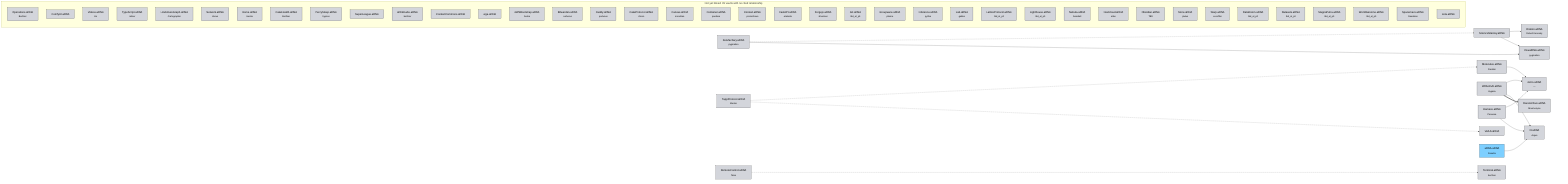
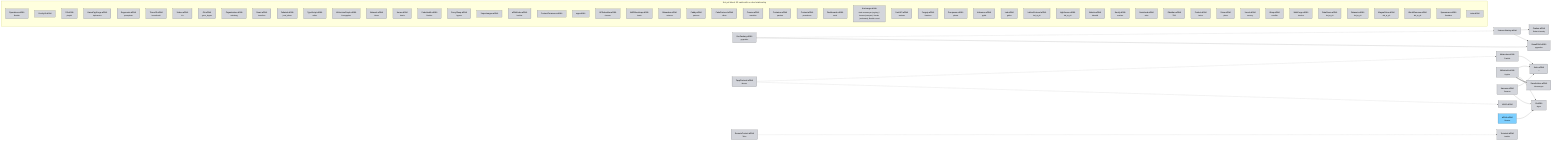
flowchart LR
  Astro_aDNA["Astro.aDNA<br><sub>—</sub>"]:::classforge
  Molecules_aDNA["Molecules.aDNA<br><sub>Franklin</sub>"]:::classforge
  Oration_aDNA["Oration.aDNA<br><sub>Robert Kennedy</sub>"]:::classforge
  III_aDNA["III.aDNA<br><sub>Argus</sub>"]:::classframework
  visualdna["VisualDNA.aDNA<br><sub>pygmalion</sub>"]:::classframework
  VAAS_aDNA["VAAS.aDNA"]:::classframeworkcandidate
  RareArchive_aDNA["RareArchive.aDNA<br><sub>Mnemosyne</sub>"]:::classorgvault
  sciencestanley["ScienceStanley.aDNA"]:::classorgvault
  WilhelmAI_aDNA["WilhelmAI.aDNA<br><sub>Hygieia</sub>"]:::classorgvault
  zenzachary["ZenZachary.aDNA<br><sub>pygmalion</sub>"]:::classorgvault
  Harness_aDNA["Harness.aDNA<br><sub>Panacea</sub>"]:::classplatform
  RemoteControl_aDNA["RemoteControl.aDNA<br><sub>Talos</sub>"]:::classplatform
  TappProtocol_aDNA["TappProtocol.aDNA<br><sub>Mentor</sub>"]:::classplatform
  terminal["Terminal.aDNA<br><sub>berthier</sub>"]:::classplatform
  aDNA_aDNA["aDNA.aDNA<br><sub>Rosetta</sub>"]:::classstandarddev

-   subgraph orphans["Not yet linked: 39 vaults with no cited relationship"]
+   subgraph orphans["Not yet linked: 53 vaults with no cited relationship"]
    direction TB
    Operations_aDNA["Operations.aDNA<br><sub>Berthier</sub>"]:::classcoordination
    ComfyUI_aDNA["ComfyUI.aDNA"]:::classforge
+     d3["D3.aDNA<br><sub>playfair</sub>"]:::classforge
+     llamacppforge["LlamaCppForge.aDNA<br><sub>hephaestus</sub>"]:::classforge
+     regenesis["Regenesis.aDNA<br><sub>persephone</sub>"]:::classforge
+     threejs["ThreeJS.aDNA<br><sub>brunelleschi</sub>"]:::classforge
    Videos_aDNA["Videos.aDNA<br><sub>Iris</sub>"]:::classforge
+     git["Git.aDNA<br><sub>grace_hopper</sub>"]:::classframework
+     organization["Organization.aDNA<br><sub>mintzberg</sub>"]:::classframework
+     react["React.aDNA<br><sub>heraclitus</sub>"]:::classframework
+     tailwind["Tailwind.aDNA<br><sub>josef_albers</sub>"]:::classframework
    typescript["TypeScript.aDNA<br><sub>milner</sub>"]:::classframework
    LAVentureGraph_aDNA["LAVentureGraph.aDNA<br><sub>Cartographer</sub>"]:::classknowledgegraph
    Network_aDNA["Network.aDNA<br><sub>Venus</sub>"]:::classnetwork
    Home_aDNA["Home.aDNA<br><sub>Hestia</sub>"]:::classnodeoperational
    CakeHealth_aDNA["CakeHealth.aDNA<br><sub>Berthier</sub>"]:::classorggraph
    percysleep["PercySleep.aDNA<br><sub>hypnos</sub>"]:::classorggraph
    SuperLeague_aDNA["SuperLeague.aDNA"]:::classorggraph
    adnalabs["aDNALabs.aDNA<br><sub>berthier</sub>"]:::classorgvault
    ContextCommons_aDNA["ContextCommons.aDNA"]:::classorgvault
    wga_aDNA["wga.aDNA"]:::classorgvault
+     apscheduler["APScheduler.aDNA<br><sub>chronos</sub>"]:::classplatform
    awsbootstrap["AWSBootstrap.aDNA<br><sub>hestia</sub>"]:::classplatform
    bitwarden["Bitwarden.aDNA<br><sub>cerberus</sub>"]:::classplatform
    caddy["Caddy.aDNA<br><sub>portunus</sub>"]:::classplatform
    cakeprotocol["CakeProtocol.aDNA<br><sub>chiron</sub>"]:::classplatform
    canvas["Canvas.aDNA<br><sub>mondrian</sub>"]:::classplatform
    container["Container.aDNA<br><sub>pandora</sub>"]:::classplatform
    context["Context.aDNA<br><sub>prometheus</sub>"]:::classplatform
+     dashboards["Dashboards.aDNA<br><sub>metis</sub>"]:::classplatform
+     exchange["Exchange.aDNA<br><sub>triad: mnemosyne (registry) / hermes (transport) / themis (settlement); Berthier coord</sub>"]:::classplatform
    fastapi["FastAPI.aDNA<br><sub>atalanta</sub>"]:::classplatform
    forgejo["Forgejo.aDNA<br><sub>ilmarinen</sub>"]:::classplatform
-     git["Git.aDNA<br><sub>tbd_at_p0</sub>"]:::classplatform
    groupware["Groupware.aDNA<br><sub>pheme</sub>"]:::classplatform
    inference["Inference.aDNA<br><sub>pythia</sub>"]:::classplatform
    lab["Lab.aDNA<br><sub>galileo</sub>"]:::classplatform
    latticeprotocol["LatticeProtocol.aDNA<br><sub>tbd_at_p0</sub>"]:::classplatform
    lighthouse["Lighthouse.aDNA<br><sub>tbd_at_p0</sub>"]:::classplatform
    nebula["Nebula.aDNA<br><sub>heimdall</sub>"]:::classplatform
+     neo4j["Neo4j.aDNA<br><sub>arachne</sub>"]:::classplatform
    nextcloud["Nextcloud.aDNA<br><sub>atlas</sub>"]:::classplatform
    Obsidian_aDNA["Obsidian.aDNA<br><sub>TBD</sub>"]:::classplatform
+     prefect["Prefect.aDNA<br><sub>kairos</sub>"]:::classplatform
    store["Store.aDNA<br><sub>plutus</sub>"]:::classplatform
+     vercel["Vercel.aDNA<br><sub>mercury</sub>"]:::classplatform
    warp["Warp.aDNA<br><sub>escoffier</sub>"]:::classplatform
+     webforge["WebForge.aDNA<br><sub>vitruvius</sub>"]:::classplatform
    dataroom["DataRoom.aDNA<br><sub>tbd_at_p0</sub>"]:::classtbdatp0
    datasets["Datasets.aDNA<br><sub>tbd_at_p0</sub>"]:::classtbdatp0
    magnapetra["MagnaPetra.aDNA<br><sub>tbd_at_p0</sub>"]:::classtbdatp0
    worldgenome["WorldGenome.aDNA<br><sub>tbd_at_p0</sub>"]:::classtbdatp0
    Spacemacs_aDNA["Spacemacs.aDNA<br><sub>Daedalus</sub>"]:::classtooling
    zeta_aDNA["zeta.aDNA"]:::classworkspace
  end

  Molecules_aDNA --> Astro_aDNA
  sciencestanley --> Oration_aDNA
  sciencestanley --> visualdna
  WilhelmAI_aDNA --> Astro_aDNA
  WilhelmAI_aDNA --> III_aDNA
  WilhelmAI_aDNA ==> RareArchive_aDNA
  zenzachary -.-> sciencestanley
  zenzachary --> visualdna
  Harness_aDNA --> Astro_aDNA
  Harness_aDNA --> III_aDNA
  RemoteControl_aDNA -.-> terminal
  TappProtocol_aDNA -.-> Molecules_aDNA
  TappProtocol_aDNA -.-> VAAS_aDNA
  aDNA_aDNA --> III_aDNA

  classDef classforge fill:#d3d5db,stroke:#333,color:#000
  classDef classframework fill:#d3d5db,stroke:#333,color:#000
  classDef classframeworkcandidate fill:#d3d5db,stroke:#333,color:#000
  classDef classplatform fill:#d3d5db,stroke:#333,color:#000
  classDef classorgvault fill:#d3d5db,stroke:#333,color:#000
  classDef classstandarddev fill:#7dcfff,stroke:#333,color:#000
  classDef classorggraph fill:#d3d5db,stroke:#333,color:#000
  classDef classnetwork fill:#d3d5db,stroke:#333,color:#000
  classDef classnodeoperational fill:#d3d5db,stroke:#333,color:#000
  classDef classcoordination fill:#d3d5db,stroke:#333,color:#000
  classDef classdocument fill:#d3d5db,stroke:#333,color:#000
  classDef classknowledgegraph fill:#d3d5db,stroke:#333,color:#000
  classDef classtooling fill:#d3d5db,stroke:#333,color:#000
  classDef classworkspace fill:#d3d5db,stroke:#333,color:#000
  classDef classsuperseded fill:#9ea3ad,stroke:#333,color:#000
  classDef classtbdatp0 fill:#d3d5db,stroke:#333,color:#000
